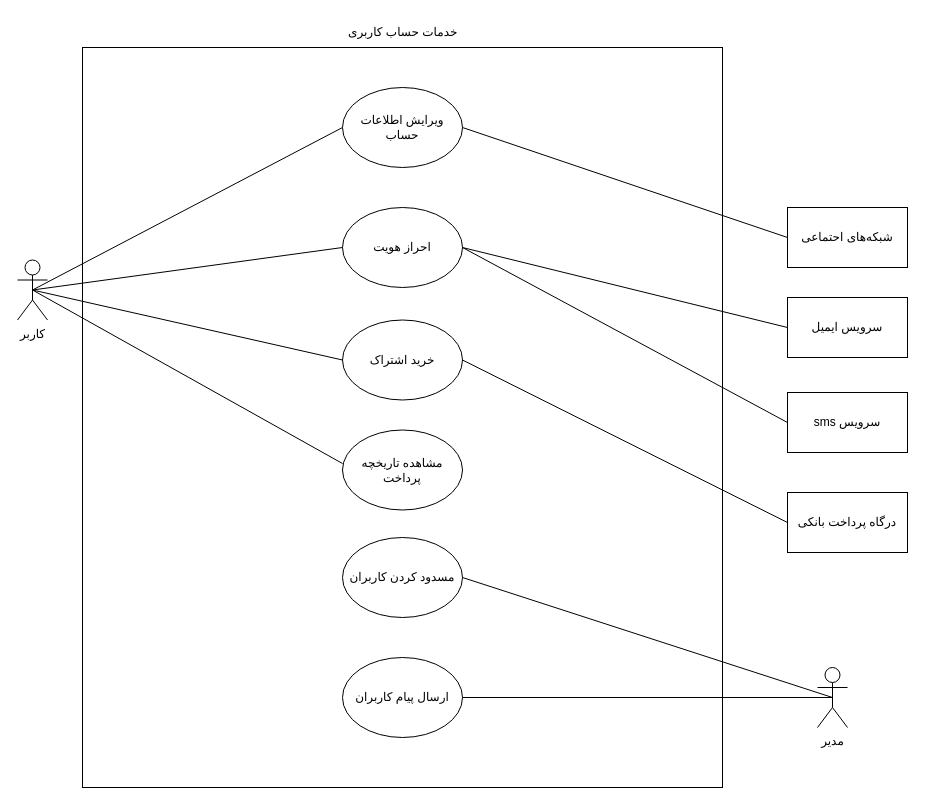
Above: use-case/user.drawio in arsalanyavari/software-lab (draw.io), before the change. Source tidied: cells renumbered, new cells numbered last; positions are measured from the earlier drawing's top-left corner, leaving out a move shared by most shapes. Both pictures are drawn from the tidied source at 100%, with x=0, y=0 at pixel (17, 17).
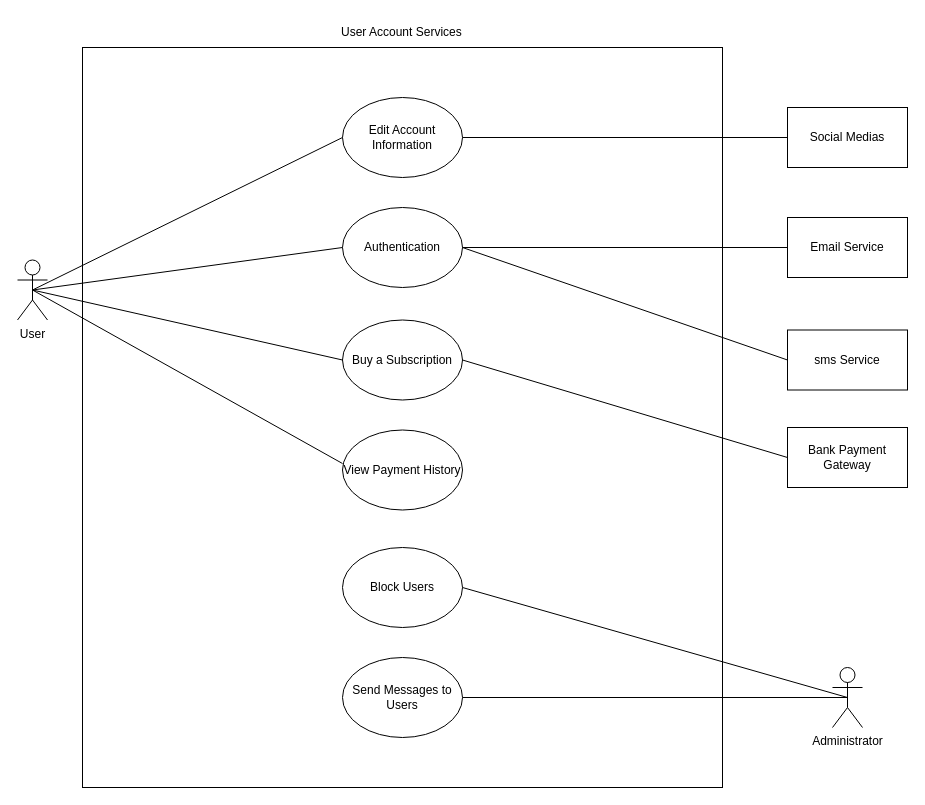
The same page after the edit.

What changed in the source:
```diff
@@
-    <mxCell id="3" value="خدمات حساب کاربری" style="text;strokeColor=none;fillColor=none;align=left;verticalAlign=middle;spacingLeft=4;spacingRight=4;overflow=hidden;whiteSpace=wrap;html=1;" parent="1" vertex="1">
-      <mxGeometry x="325" width="120" height="30" as="geometry" />
+    <mxCell id="3" value="User Account Services" style="text;strokeColor=none;fillColor=none;align=left;verticalAlign=middle;spacingLeft=4;spacingRight=4;overflow=hidden;whiteSpace=wrap;html=1;" parent="1" vertex="1">
+      <mxGeometry x="318" width="135" height="30" as="geometry" />
     </mxCell>
-    <mxCell id="4" value="کاربر" style="shape=umlActor;verticalLabelPosition=bottom;verticalAlign=top;html=1;outlineConnect=0;" parent="1" vertex="1">
+    <mxCell id="4" value="User" style="shape=umlActor;verticalLabelPosition=bottom;verticalAlign=top;html=1;outlineConnect=0;" parent="1" vertex="1">
       <mxGeometry y="242.5" width="30" height="60" as="geometry" />
     </mxCell>
-    <mxCell id="5" value="سرویس ایمیل" style="rounded=0;whiteSpace=wrap;html=1;" parent="1" vertex="1">
-      <mxGeometry x="770" y="280" width="120" height="60" as="geometry" />
+    <mxCell id="5" value="Email Service" style="rounded=0;whiteSpace=wrap;html=1;" parent="1" vertex="1">
+      <mxGeometry x="770" y="200" width="120" height="60" as="geometry" />
     </mxCell>
-    <mxCell id="6" value="sms سرویس" style="rounded=0;whiteSpace=wrap;html=1;" parent="1" vertex="1">
-      <mxGeometry x="770" y="375" width="120" height="60" as="geometry" />
+    <mxCell id="6" value="sms Service" style="rounded=0;whiteSpace=wrap;html=1;" parent="1" vertex="1">
+      <mxGeometry x="770" y="312.5" width="120" height="60" as="geometry" />
     </mxCell>
-    <mxCell id="7" value="درگاه پرداخت بانکی" style="rounded=0;whiteSpace=wrap;html=1;" parent="1" vertex="1">
-      <mxGeometry x="770" y="475" width="120" height="60" as="geometry" />
+    <mxCell id="7" value="Bank Payment Gateway" style="rounded=0;whiteSpace=wrap;html=1;" parent="1" vertex="1">
+      <mxGeometry x="770" y="410" width="120" height="60" as="geometry" />
     </mxCell>
-    <mxCell id="8" value="شبکه‌های احتماعی" style="rounded=0;whiteSpace=wrap;html=1;" parent="1" vertex="1">
-      <mxGeometry x="770" y="190" width="120" height="60" as="geometry" />
+    <mxCell id="8" value="Social Medias" style="rounded=0;whiteSpace=wrap;html=1;" parent="1" vertex="1">
+      <mxGeometry x="770" y="90" width="120" height="60" as="geometry" />
     </mxCell>
-    <mxCell id="9" value="ویرایش اطلاعات حساب" style="ellipse;whiteSpace=wrap;html=1;" parent="1" vertex="1">
-      <mxGeometry x="325" y="70" width="120" height="80" as="geometry" />
+    <mxCell id="9" value="Edit Account Information" style="ellipse;whiteSpace=wrap;html=1;" parent="1" vertex="1">
+      <mxGeometry x="325" y="80" width="120" height="80" as="geometry" />
     </mxCell>
-    <mxCell id="10" value="احراز هویت" style="ellipse;whiteSpace=wrap;html=1;" parent="1" vertex="1">
+    <mxCell id="10" value="Authentication" style="ellipse;whiteSpace=wrap;html=1;" parent="1" vertex="1">
       <mxGeometry x="325" y="190" width="120" height="80" as="geometry" />
     </mxCell>
-    <mxCell id="11" value="خرید اشتراک" style="ellipse;whiteSpace=wrap;html=1;" parent="1" vertex="1">
+    <mxCell id="11" value="Buy a Subscription" style="ellipse;whiteSpace=wrap;html=1;" parent="1" vertex="1">
       <mxGeometry x="325" y="302.5" width="120" height="80" as="geometry" />
     </mxCell>
-    <mxCell id="12" value="مشاهده تاریخچه پرداخت" style="ellipse;whiteSpace=wrap;html=1;" parent="1" vertex="1">
+    <mxCell id="12" value="View Payment History" style="ellipse;whiteSpace=wrap;html=1;" parent="1" vertex="1">
       <mxGeometry x="325" y="412.5" width="120" height="80" as="geometry" />
     </mxCell>
-    <mxCell id="13" value="مسدود کردن کاربران" style="ellipse;whiteSpace=wrap;html=1;" parent="1" vertex="1">
-      <mxGeometry x="325" y="520" width="120" height="80" as="geometry" />
+    <mxCell id="13" value="Block Users" style="ellipse;whiteSpace=wrap;html=1;" parent="1" vertex="1">
+      <mxGeometry x="325" y="530" width="120" height="80" as="geometry" />
     </mxCell>
-    <mxCell id="14" value="ارسال پیام کاربران" style="ellipse;whiteSpace=wrap;html=1;" parent="1" vertex="1">
+    <mxCell id="14" value="Send Messages to Users" style="ellipse;whiteSpace=wrap;html=1;" parent="1" vertex="1">
       <mxGeometry x="325" y="640" width="120" height="80" as="geometry" />
     </mxCell>
-    <mxCell id="15" value="مدیر" style="shape=umlActor;verticalLabelPosition=bottom;verticalAlign=top;html=1;outlineConnect=0;" parent="1" vertex="1">
-      <mxGeometry x="800" y="650" width="30" height="60" as="geometry" />
+    <mxCell id="15" value="Administrator" style="shape=umlActor;verticalLabelPosition=bottom;verticalAlign=top;html=1;outlineConnect=0;" parent="1" vertex="1">
+      <mxGeometry x="815" y="650" width="30" height="60" as="geometry" />
     </mxCell>
```
